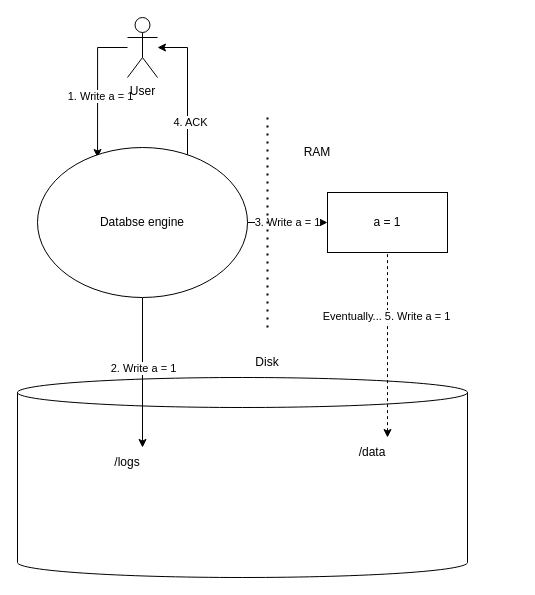
Before: diagrams.drawio in calonso/talks, a draw.io diagram. Source tidied: cells renumbered, new cells numbered last; positions are measured from the earlier drawing's top-left corner, leaving out a move shared by most shapes. Both pictures are drawn from the tidied source at 100%, with x=0, y=0 at pixel (17, 17).
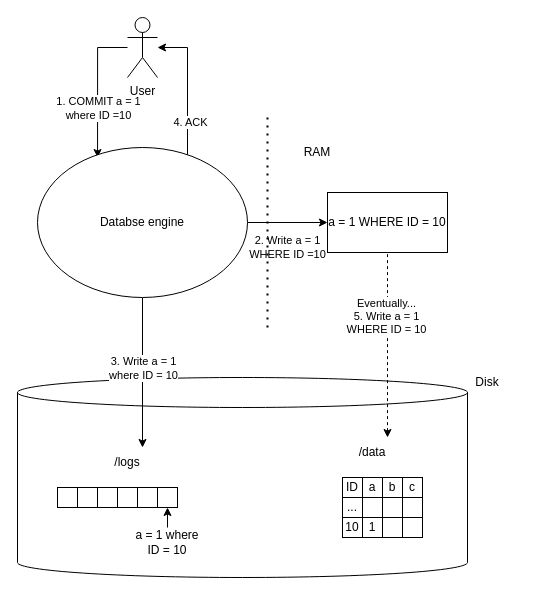
Above is the later version.

The change refers to these unchanged cells:
```xml
<mxCell id="3" style="edgeStyle=orthogonalEdgeStyle;rounded=0;jettySize=auto;html=1;entryX=0.286;entryY=0.067;entryDx=0;entryDy=0;entryPerimeter=0;" parent="1" edge="1" source="5" target="11">
  <mxGeometry relative="1" as="geometry">
    <Array as="points">
      <mxPoint x="80" y="30" />
    </Array>
  </mxGeometry>
</mxCell>
<mxCell id="6" style="edgeStyle=orthogonalEdgeStyle;rounded=0;jettySize=auto;html=1;entryX=0.75;entryY=0;entryDx=0;entryDy=0;" parent="1" edge="1" source="11" target="16">
  <mxGeometry relative="1" as="geometry" />
</mxCell>
<mxCell id="11" value="Databse engine" style="ellipse;whiteSpace=wrap;html=1;" parent="1" vertex="1">
  <mxGeometry x="20" y="130" width="210" height="150" as="geometry" />
</mxCell>
<mxCell id="18" style="endArrow=none;dashed=1;html=1;rounded=0;entryX=0.5;entryY=1;entryDx=0;entryDy=0;exitX=0.75;exitY=0;exitDx=0;exitDy=0;startArrow=classic;startFill=1;" parent="1" edge="1" source="17" target="13">
  <mxGeometry relative="1" as="geometry" />
</mxCell>
```

Diff of the diagram source:
```diff
@@
-    <mxCell id="4" value="1. Write a = 1" style="edgeLabel;html=1;align=center;verticalAlign=middle;" parent="3" vertex="1">
-      <mxGeometry x="0.11" y="2" relative="1" as="geometry" />
+    <mxCell id="4" value="1. COMMIT a = 1&lt;br&gt;where ID =10" style="edgeLabel;html=1;align=center;verticalAlign=middle;" parent="3" vertex="1">
+      <mxGeometry x="0.11" y="2" relative="1" as="geometry">
+        <mxPoint x="-2" y="12" as="offset" />
+      </mxGeometry>
     </mxCell>
@@
-    <mxCell id="7" value="2. Write a = 1" style="edgeLabel;html=1;align=center;verticalAlign=middle;" parent="6" vertex="1">
+    <mxCell id="7" value="3. Write a = 1&lt;br&gt;where ID = 10" style="edgeLabel;html=1;align=center;verticalAlign=middle;" parent="6" vertex="1">
       <mxGeometry x="0.12" y="1" relative="1" as="geometry">
         <mxPoint x="-1" y="-14" as="offset" />
       </mxGeometry>
     </mxCell>
-    <mxCell id="8" value="3. Write a = 1" style="edgeStyle=orthogonalEdgeStyle;rounded=0;jettySize=auto;html=1;" parent="1" edge="1" source="11" target="13">
-      <mxGeometry relative="1" as="geometry" />
+    <mxCell id="8" value="2. Write a = 1&lt;br&gt;WHERE ID =10" style="edgeStyle=orthogonalEdgeStyle;rounded=0;jettySize=auto;html=1;" parent="1" edge="1" source="11" target="13">
+      <mxGeometry y="-25" relative="1" as="geometry" />
     </mxCell>
@@
-    <mxCell id="13" value="a = 1" style="rounded=0;whiteSpace=wrap;html=1;" parent="1" vertex="1">
+    <mxCell id="13" value="a = 1 WHERE ID = 10" style="rounded=0;whiteSpace=wrap;html=1;" parent="1" vertex="1">
       <mxGeometry x="310" y="175" width="120" height="60" as="geometry" />
     </mxCell>
@@
     <mxCell id="15" value="Disk" style="text;html=1;strokeColor=none;fillColor=none;align=center;verticalAlign=middle;whiteSpace=wrap;rounded=0;" parent="1" vertex="1">
-      <mxGeometry x="220" y="330" width="60" height="30" as="geometry" />
+      <mxGeometry x="440" y="350" width="60" height="30" as="geometry" />
     </mxCell>
@@
-    <mxCell id="19" value="Eventually... 5. Write a = 1" style="edgeLabel;html=1;align=center;verticalAlign=middle;" parent="18" vertex="1">
+    <mxCell id="19" value="Eventually... &lt;br&gt;5. Write a = 1 &lt;br&gt;WHERE ID = 10" style="edgeLabel;html=1;align=center;verticalAlign=middle;" parent="18" vertex="1">
       <mxGeometry x="0.32" y="2" relative="1" as="geometry" />
     </mxCell>
+    <mxCell id="20" style="rounded=0;whiteSpace=wrap;html=1;" parent="1" vertex="1">
+      <mxGeometry x="40" y="470" width="20" height="20" as="geometry" />
+    </mxCell>
+    <mxCell id="21" style="rounded=0;whiteSpace=wrap;html=1;" parent="1" vertex="1">
+      <mxGeometry x="60" y="470" width="20" height="20" as="geometry" />
+    </mxCell>
+    <mxCell id="22" style="rounded=0;whiteSpace=wrap;html=1;" parent="1" vertex="1">
+      <mxGeometry x="80" y="470" width="20" height="20" as="geometry" />
+    </mxCell>
+    <mxCell id="23" style="rounded=0;whiteSpace=wrap;html=1;" parent="1" vertex="1">
+      <mxGeometry x="100" y="470" width="20" height="20" as="geometry" />
+    </mxCell>
+    <mxCell id="24" style="rounded=0;whiteSpace=wrap;html=1;" parent="1" vertex="1">
+      <mxGeometry x="120" y="470" width="20" height="20" as="geometry" />
+    </mxCell>
+    <mxCell id="25" style="rounded=0;whiteSpace=wrap;html=1;" parent="1" vertex="1">
+      <mxGeometry x="140" y="470" width="20" height="20" as="geometry" />
+    </mxCell>
+    <mxCell id="26" value="a = 1 where ID = 10" style="text;html=1;strokeColor=none;fillColor=none;align=center;verticalAlign=middle;whiteSpace=wrap;rounded=0;" parent="1" vertex="1">
+      <mxGeometry x="115" y="510" width="70" height="30" as="geometry" />
+    </mxCell>
+    <mxCell id="27" style="endArrow=classic;html=1;rounded=0;entryX=0.5;entryY=1;entryDx=0;entryDy=0;exitX=0.5;exitY=0;exitDx=0;exitDy=0;" parent="1" edge="1" source="26" target="25">
+      <mxGeometry relative="1" as="geometry" />
+    </mxCell>
+    <mxCell id="28" value="ID" style="rounded=0;whiteSpace=wrap;html=1;" parent="1" vertex="1">
+      <mxGeometry x="325" y="460" width="20" height="20" as="geometry" />
+    </mxCell>
+    <mxCell id="29" value="a" style="rounded=0;whiteSpace=wrap;html=1;" parent="1" vertex="1">
+      <mxGeometry x="345" y="460" width="20" height="20" as="geometry" />
+    </mxCell>
+    <mxCell id="30" value="b" style="rounded=0;whiteSpace=wrap;html=1;" parent="1" vertex="1">
+      <mxGeometry x="365" y="460" width="20" height="20" as="geometry" />
+    </mxCell>
+    <mxCell id="31" value="c" style="rounded=0;whiteSpace=wrap;html=1;" parent="1" vertex="1">
+      <mxGeometry x="385" y="460" width="20" height="20" as="geometry" />
+    </mxCell>
+    <mxCell id="32" value="..." style="rounded=0;whiteSpace=wrap;html=1;" parent="1" vertex="1">
+      <mxGeometry x="325" y="480" width="20" height="20" as="geometry" />
+    </mxCell>
+    <mxCell id="33" style="rounded=0;whiteSpace=wrap;html=1;" parent="1" vertex="1">
+      <mxGeometry x="345" y="480" width="20" height="20" as="geometry" />
+    </mxCell>
+    <mxCell id="34" style="rounded=0;whiteSpace=wrap;html=1;" parent="1" vertex="1">
+      <mxGeometry x="365" y="480" width="20" height="20" as="geometry" />
+    </mxCell>
+    <mxCell id="35" style="rounded=0;whiteSpace=wrap;html=1;" parent="1" vertex="1">
+      <mxGeometry x="385" y="480" width="20" height="20" as="geometry" />
+    </mxCell>
+    <mxCell id="36" value="10" style="rounded=0;whiteSpace=wrap;html=1;" parent="1" vertex="1">
+      <mxGeometry x="325" y="500" width="20" height="20" as="geometry" />
+    </mxCell>
+    <mxCell id="37" value="1" style="rounded=0;whiteSpace=wrap;html=1;" parent="1" vertex="1">
+      <mxGeometry x="345" y="500" width="20" height="20" as="geometry" />
+    </mxCell>
+    <mxCell id="38" style="rounded=0;whiteSpace=wrap;html=1;" parent="1" vertex="1">
+      <mxGeometry x="365" y="500" width="20" height="20" as="geometry" />
+    </mxCell>
+    <mxCell id="39" style="rounded=0;whiteSpace=wrap;html=1;" parent="1" vertex="1">
+      <mxGeometry x="385" y="500" width="20" height="20" as="geometry" />
+    </mxCell>
```
